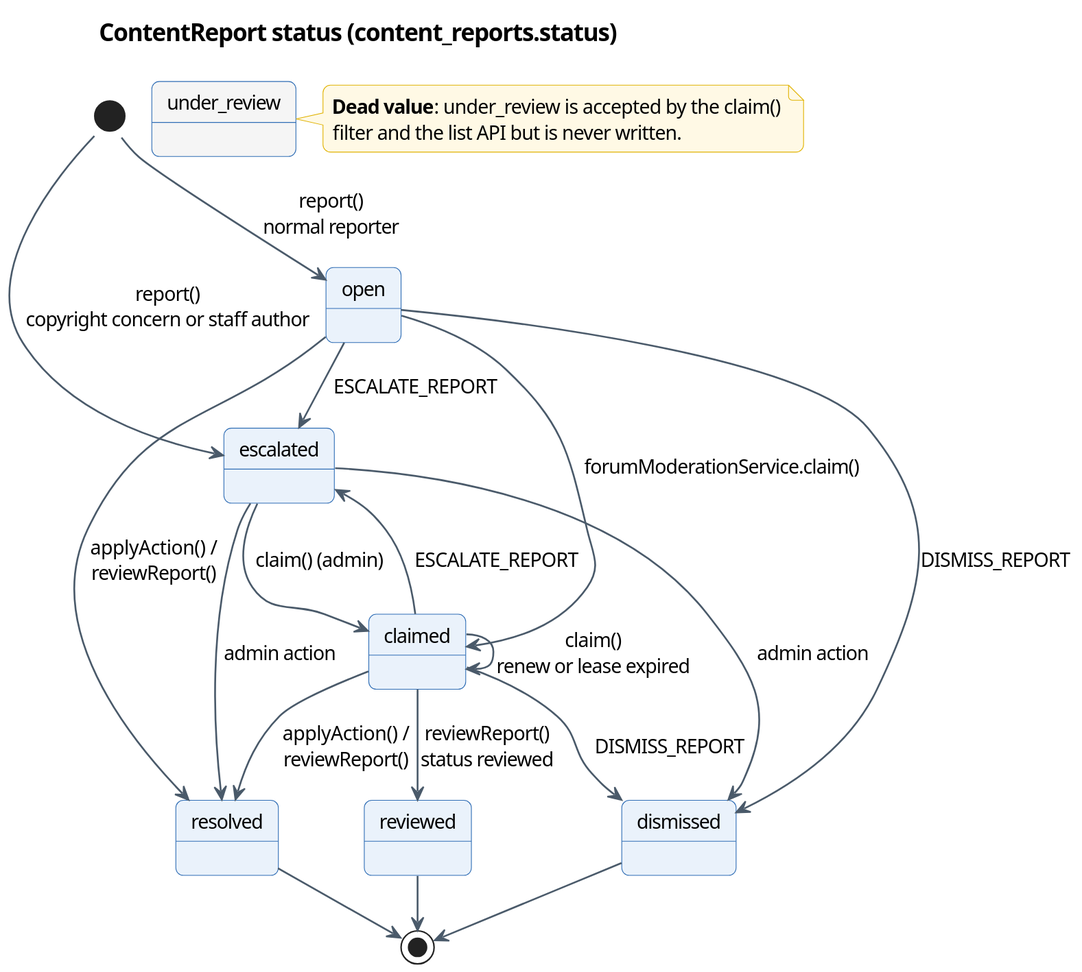
The PlantUML diagram docs/diagrams/report4/R4_State_ContentReport.svg in Khoa-Hoa-Technology-Solution-Company/lumi-gap, before a commit. The source it was exported from:
```plantuml
@startuml
!pragma layout smetana
skinparam dpi 150
skinparam defaultFontName "Segoe UI"
skinparam defaultFontSize 13
skinparam shadowing false
skinparam roundCorner 10
skinparam ArrowColor #4A5A6A
skinparam ArrowThickness 1.2
skinparam BorderColor #2F6DB5
skinparam BackgroundColor #FFFFFF
skinparam TitleFontSize 16
skinparam TitleFontStyle bold
skinparam usecase {
  BackgroundColor #EAF2FB
  BorderColor #2F6DB5
}
skinparam actor {
  BackgroundColor #FFFFFF
  BorderColor #1B2A3A
}
skinparam class {
  BackgroundColor #F7FAFD
  BorderColor #2F6DB5
  HeaderBackgroundColor #DCE8F6
}
skinparam state {
  BackgroundColor #EAF2FB
  BorderColor #2F6DB5
}
skinparam activity {
  BackgroundColor #EAF2FB
  BorderColor #2F6DB5
  DiamondBackgroundColor #FFF4E5
}
skinparam swimlane {
  BorderColor #9DB3CC
  TitleBackgroundColor #DCE8F6
}
skinparam sequence {
  ParticipantBackgroundColor #EAF2FB
  ParticipantBorderColor #2F6DB5
  LifeLineBorderColor #9DB3CC
  GroupBackgroundColor #F4F7FA
}
skinparam package {
  BackgroundColor #F7F9FC
  BorderColor #9DB3CC
}
skinparam note {
  BackgroundColor #FFF9E5
  BorderColor #E0B200
}
skinparam entity {
  BackgroundColor #F7FAFD
  BorderColor #2F6DB5
}
skinparam rectangle {
  BackgroundColor #F7F9FC
  BorderColor #2F6DB5
}
title ContentReport status (content_reports.status)
[*] --> open : report()\nnormal reporter
[*] --> escalated : report()\ncopyright concern or staff author
open --> claimed : forumModerationService.claim()
escalated --> claimed : claim() (admin)
claimed --> claimed : claim()\nrenew or lease expired
open --> resolved : applyAction() /\nreviewReport()
claimed --> resolved : applyAction() /\nreviewReport()
open --> dismissed : DISMISS_REPORT
claimed --> dismissed : DISMISS_REPORT
claimed --> escalated : ESCALATE_REPORT
open --> escalated : ESCALATE_REPORT
claimed --> reviewed : reviewReport()\nstatus reviewed
escalated --> resolved : admin action
escalated --> dismissed : admin action
resolved --> [*]
dismissed --> [*]
reviewed --> [*]
state under_review #F5F5F5
note right of under_review
  <b>Dead value</b>: under_review is accepted by the claim()
  filter and the list API but is never written.
end note
@enduml
```
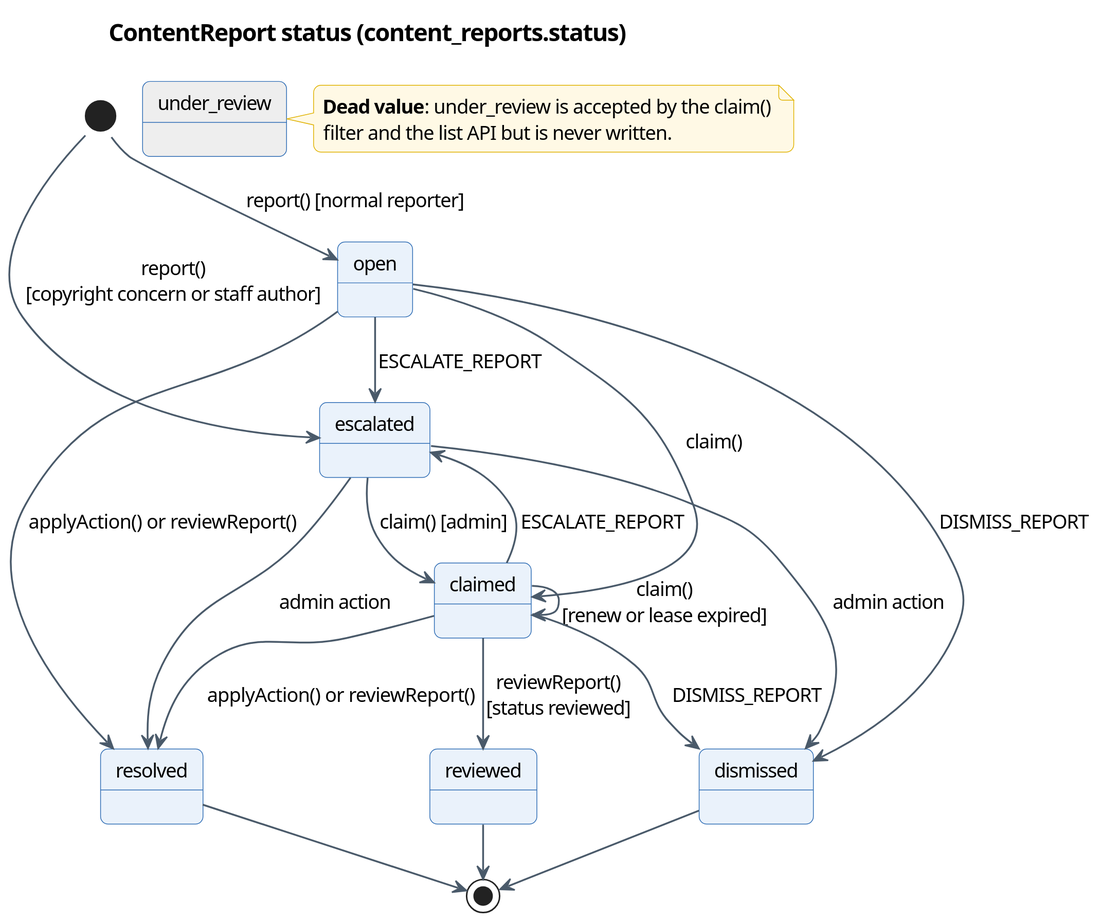
The same file after the commit.

Change to the diagram source:
```diff
@@ -1,6 +1,6 @@
 @startuml
 !pragma layout smetana
-skinparam dpi 150
+skinparam dpi 200
 skinparam defaultFontName "Segoe UI"
 skinparam defaultFontSize 13
 skinparam shadowing false
@@ -60,24 +60,24 @@
   BorderColor #2F6DB5
 }
 title ContentReport status (content_reports.status)
-[*] --> open : report()\nnormal reporter
-[*] --> escalated : report()\ncopyright concern or staff author
-open --> claimed : forumModerationService.claim()
-escalated --> claimed : claim() (admin)
-claimed --> claimed : claim()\nrenew or lease expired
-open --> resolved : applyAction() /\nreviewReport()
-claimed --> resolved : applyAction() /\nreviewReport()
+[*] --> open : report() [normal reporter]
+[*] --> escalated : report()\n[copyright concern or staff author]
+open --> claimed : claim()
+escalated --> claimed : claim() [admin]
+claimed --> claimed : claim()\n[renew or lease expired]
+open --> resolved : applyAction() or reviewReport()
+claimed --> resolved : applyAction() or reviewReport()
 open --> dismissed : DISMISS_REPORT
 claimed --> dismissed : DISMISS_REPORT
 claimed --> escalated : ESCALATE_REPORT
 open --> escalated : ESCALATE_REPORT
-claimed --> reviewed : reviewReport()\nstatus reviewed
+claimed --> reviewed : reviewReport()\n[status reviewed]
 escalated --> resolved : admin action
 escalated --> dismissed : admin action
 resolved --> [*]
 dismissed --> [*]
 reviewed --> [*]
-state under_review #F5F5F5
+state under_review #EEEEEE
 note right of under_review
   <b>Dead value</b>: under_review is accepted by the claim()
   filter and the list API but is never written.
```
